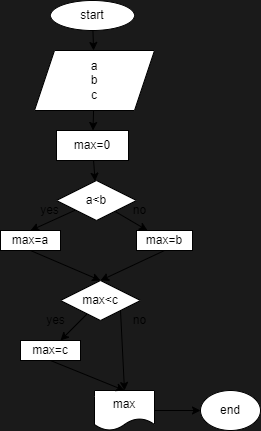
Earlier version of the draw.io export Ex01/diagram.drawio.png (marusssh/C-). Source tidied: cells renumbered, new cells last; positions are measured from the earlier drawing's top-left corner, leaving out a move shared by most shapes.
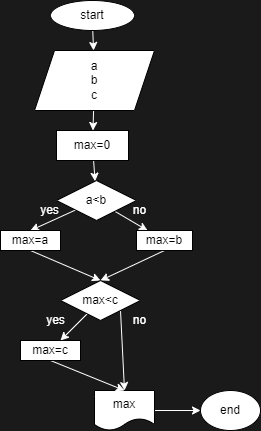
Above is the later version.

Commit message:
Изменили стиль блок-схемы

Change to the diagram source:
```diff
@@ -2,79 +2,79 @@
   <root>
     <mxCell id="0" />
     <mxCell id="1" parent="0" />
-    <mxCell id="2" style="edgeStyle=none;html=1;" parent="1" edge="1" source="3" target="5">
+    <mxCell id="2" style="edgeStyle=none;html=1;rounded=0;strokeColor=#FFFFFF;" parent="1" edge="1" source="3" target="5">
       <mxGeometry relative="1" as="geometry" />
     </mxCell>
-    <mxCell id="3" value="start" style="ellipse;whiteSpace=wrap;html=1;" parent="1" vertex="1">
+    <mxCell id="3" value="start" style="ellipse;whiteSpace=wrap;html=1;rounded=0;" parent="1" vertex="1">
       <mxGeometry x="50" width="84" height="30" as="geometry" />
     </mxCell>
-    <mxCell id="4" style="edgeStyle=none;html=1;" parent="1" edge="1" source="5" target="7">
+    <mxCell id="4" style="edgeStyle=none;html=1;rounded=0;strokeColor=#FFFFFF;" parent="1" edge="1" source="5" target="7">
       <mxGeometry relative="1" as="geometry" />
     </mxCell>
-    <mxCell id="5" value="a&lt;br&gt;b&lt;br&gt;c" style="shape=parallelogram;perimeter=parallelogramPerimeter;whiteSpace=wrap;html=1;fixedSize=1;" parent="1" vertex="1">
+    <mxCell id="5" value="a&lt;br&gt;b&lt;br&gt;c" style="shape=parallelogram;perimeter=parallelogramPerimeter;whiteSpace=wrap;html=1;fixedSize=1;rounded=0;" parent="1" vertex="1">
       <mxGeometry x="34" y="50" width="120" height="60" as="geometry" />
     </mxCell>
-    <mxCell id="6" style="edgeStyle=none;html=1;" parent="1" edge="1" source="7" target="10">
+    <mxCell id="6" style="edgeStyle=none;html=1;rounded=0;strokeColor=#FFFFFF;" parent="1" edge="1" source="7" target="10">
       <mxGeometry relative="1" as="geometry" />
     </mxCell>
     <mxCell id="7" value="max=0" style="rounded=0;whiteSpace=wrap;html=1;" parent="1" vertex="1">
       <mxGeometry x="56" y="130" width="72" height="30" as="geometry" />
     </mxCell>
-    <mxCell id="8" style="edgeStyle=none;html=1;" parent="1" edge="1" source="10" target="12">
+    <mxCell id="8" style="edgeStyle=none;html=1;rounded=0;strokeColor=#FFFFFF;" parent="1" edge="1" source="10" target="12">
       <mxGeometry relative="1" as="geometry" />
     </mxCell>
-    <mxCell id="9" style="edgeStyle=none;html=1;entryX=0.5;entryY=0;entryDx=0;entryDy=0;" parent="1" edge="1" source="10" target="20">
+    <mxCell id="9" style="edgeStyle=none;html=1;entryX=0.5;entryY=0;entryDx=0;entryDy=0;rounded=0;strokeColor=#FFFFFF;" parent="1" edge="1" source="10" target="20">
       <mxGeometry relative="1" as="geometry" />
     </mxCell>
-    <mxCell id="10" value="a&amp;lt;b" style="rhombus;whiteSpace=wrap;html=1;" parent="1" vertex="1">
+    <mxCell id="10" value="a&amp;lt;b" style="rhombus;whiteSpace=wrap;html=1;rounded=0;" parent="1" vertex="1">
       <mxGeometry x="56" y="180" width="80" height="40" as="geometry" />
     </mxCell>
-    <mxCell id="11" style="edgeStyle=none;html=1;exitX=0.5;exitY=1;exitDx=0;exitDy=0;entryX=0.5;entryY=0;entryDx=0;entryDy=0;" parent="1" edge="1" source="12" target="22">
+    <mxCell id="11" style="edgeStyle=none;html=1;exitX=0.5;exitY=1;exitDx=0;exitDy=0;entryX=0.5;entryY=0;entryDx=0;entryDy=0;rounded=0;strokeColor=#FFFFFF;" parent="1" edge="1" source="12" target="22">
       <mxGeometry relative="1" as="geometry" />
     </mxCell>
     <mxCell id="12" value="max=b" style="rounded=0;whiteSpace=wrap;html=1;" parent="1" vertex="1">
       <mxGeometry x="136" y="230" width="56" height="20" as="geometry" />
     </mxCell>
-    <mxCell id="13" value="yes&lt;br&gt;" style="text;html=1;align=center;verticalAlign=middle;strokeColor=none;fillColor=none;" parent="1" vertex="1">
+    <mxCell id="13" value="yes&lt;br&gt;" style="text;html=1;align=center;verticalAlign=middle;strokeColor=none;fillColor=none;rounded=0;fontColor=#FFFFFF;" parent="1" vertex="1">
       <mxGeometry x="34" y="200" width="30" height="20" as="geometry" />
     </mxCell>
-    <mxCell id="14" value="no" style="text;html=1;align=center;verticalAlign=middle;strokeColor=none;fillColor=none;" parent="1" vertex="1">
+    <mxCell id="14" value="no" style="text;html=1;align=center;verticalAlign=middle;strokeColor=none;fillColor=none;rounded=0;fontColor=#FFFFFF;" parent="1" vertex="1">
       <mxGeometry x="124" y="200" width="30" height="20" as="geometry" />
     </mxCell>
-    <mxCell id="15" style="edgeStyle=none;html=1;exitX=1;exitY=1;exitDx=0;exitDy=0;entryX=0.5;entryY=0;entryDx=0;entryDy=0;" parent="1" edge="1" source="22" target="17">
+    <mxCell id="15" style="edgeStyle=none;html=1;exitX=1;exitY=1;exitDx=0;exitDy=0;entryX=0.5;entryY=0;entryDx=0;entryDy=0;rounded=0;strokeColor=#FFFFFF;" parent="1" edge="1" source="22" target="17">
       <mxGeometry relative="1" as="geometry" />
     </mxCell>
-    <mxCell id="16" style="edgeStyle=none;html=1;exitX=1;exitY=0.5;exitDx=0;exitDy=0;" parent="1" edge="1" source="17" target="18">
+    <mxCell id="16" style="edgeStyle=none;html=1;exitX=1;exitY=0.5;exitDx=0;exitDy=0;rounded=0;strokeColor=#FFFFFF;" parent="1" edge="1" source="17" target="18">
       <mxGeometry relative="1" as="geometry" />
     </mxCell>
-    <mxCell id="17" value="max" style="shape=document;whiteSpace=wrap;html=1;boundedLbl=1;" parent="1" vertex="1">
+    <mxCell id="17" value="max" style="shape=document;whiteSpace=wrap;html=1;boundedLbl=1;rounded=0;" parent="1" vertex="1">
       <mxGeometry x="94" y="390" width="60" height="40" as="geometry" />
     </mxCell>
-    <mxCell id="18" value="end" style="ellipse;whiteSpace=wrap;html=1;" parent="1" vertex="1">
+    <mxCell id="18" value="end" style="ellipse;whiteSpace=wrap;html=1;rounded=0;" parent="1" vertex="1">
       <mxGeometry x="200" y="390" width="60" height="40" as="geometry" />
     </mxCell>
-    <mxCell id="19" style="edgeStyle=none;html=1;exitX=0.5;exitY=1;exitDx=0;exitDy=0;entryX=0.5;entryY=0;entryDx=0;entryDy=0;" parent="1" edge="1" source="20" target="22">
+    <mxCell id="19" style="edgeStyle=none;html=1;exitX=0.5;exitY=1;exitDx=0;exitDy=0;entryX=0.5;entryY=0;entryDx=0;entryDy=0;rounded=0;strokeColor=#FFFFFF;" parent="1" edge="1" source="20" target="22">
       <mxGeometry relative="1" as="geometry" />
     </mxCell>
     <mxCell id="20" value="max=a" style="rounded=0;whiteSpace=wrap;html=1;" parent="1" vertex="1">
       <mxGeometry y="230" width="60" height="20" as="geometry" />
     </mxCell>
-    <mxCell id="21" style="edgeStyle=none;html=1;" parent="1" edge="1" source="22" target="24">
+    <mxCell id="21" style="edgeStyle=none;html=1;rounded=0;strokeColor=#FFFFFF;" parent="1" edge="1" source="22" target="24">
       <mxGeometry relative="1" as="geometry" />
     </mxCell>
-    <mxCell id="22" value="max&amp;lt;c" style="rhombus;whiteSpace=wrap;html=1;" parent="1" vertex="1">
+    <mxCell id="22" value="max&amp;lt;c" style="rhombus;whiteSpace=wrap;html=1;rounded=0;" parent="1" vertex="1">
       <mxGeometry x="60" y="280" width="80" height="40" as="geometry" />
     </mxCell>
-    <mxCell id="23" style="edgeStyle=none;html=1;exitX=0.5;exitY=1;exitDx=0;exitDy=0;entryX=0.5;entryY=0;entryDx=0;entryDy=0;" parent="1" edge="1" source="24" target="17">
+    <mxCell id="23" style="edgeStyle=none;html=1;exitX=0.5;exitY=1;exitDx=0;exitDy=0;entryX=0.5;entryY=0;entryDx=0;entryDy=0;rounded=0;strokeColor=#FFFFFF;" parent="1" edge="1" source="24" target="17">
       <mxGeometry relative="1" as="geometry" />
     </mxCell>
-    <mxCell id="24" value="max=c" style="whiteSpace=wrap;html=1;" parent="1" vertex="1">
+    <mxCell id="24" value="max=c" style="whiteSpace=wrap;html=1;rounded=0;" parent="1" vertex="1">
       <mxGeometry x="20" y="340" width="60" height="20" as="geometry" />
     </mxCell>
-    <mxCell id="25" value="yes&lt;br&gt;" style="text;html=1;align=center;verticalAlign=middle;strokeColor=none;fillColor=none;" parent="1" vertex="1">
+    <mxCell id="25" value="yes&lt;br&gt;" style="text;html=1;align=center;verticalAlign=middle;strokeColor=none;fillColor=none;rounded=0;fontColor=#FFFFFF;" parent="1" vertex="1">
       <mxGeometry x="40" y="310" width="30" height="20" as="geometry" />
     </mxCell>
-    <mxCell id="26" value="no" style="text;html=1;align=center;verticalAlign=middle;strokeColor=none;fillColor=none;" parent="1" vertex="1">
+    <mxCell id="26" value="no" style="text;html=1;align=center;verticalAlign=middle;strokeColor=none;fillColor=none;rounded=0;fontColor=#FFFFFF;" parent="1" vertex="1">
       <mxGeometry x="124" y="310" width="30" height="20" as="geometry" />
     </mxCell>
   </root>
```
